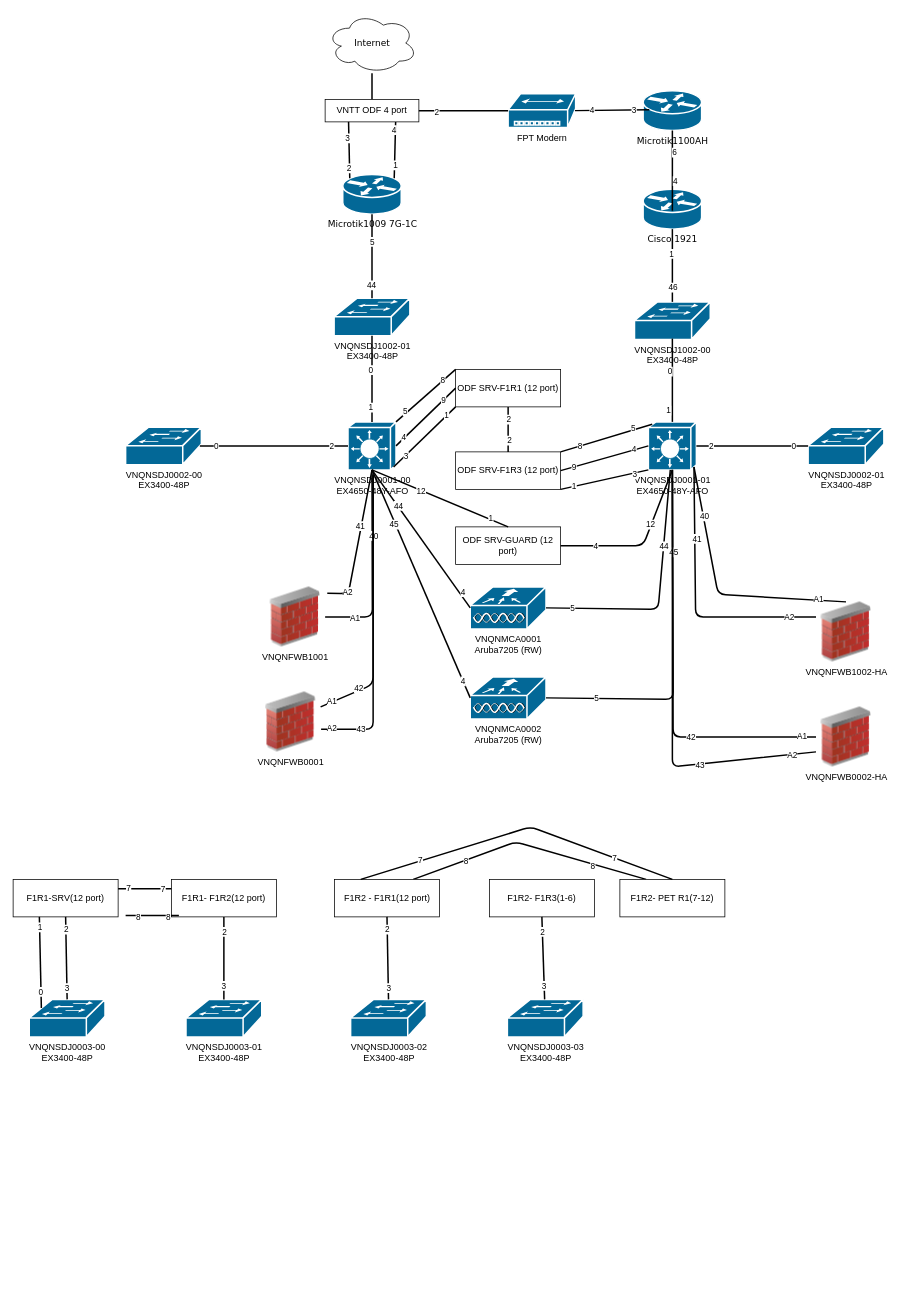
This is page "Rack Diagram" (2 of 2) of Untitled Diagram.drawio from zalai/demo, a draw.io file, before an edit. Source tidied: cells renumbered, new cells numbered last; positions are measured from the earlier drawing's top-left corner, leaving out a move shared by most shapes. Both pictures are drawn from the tidied source at 75%, with x=0, y=0 at pixel (13, 13).
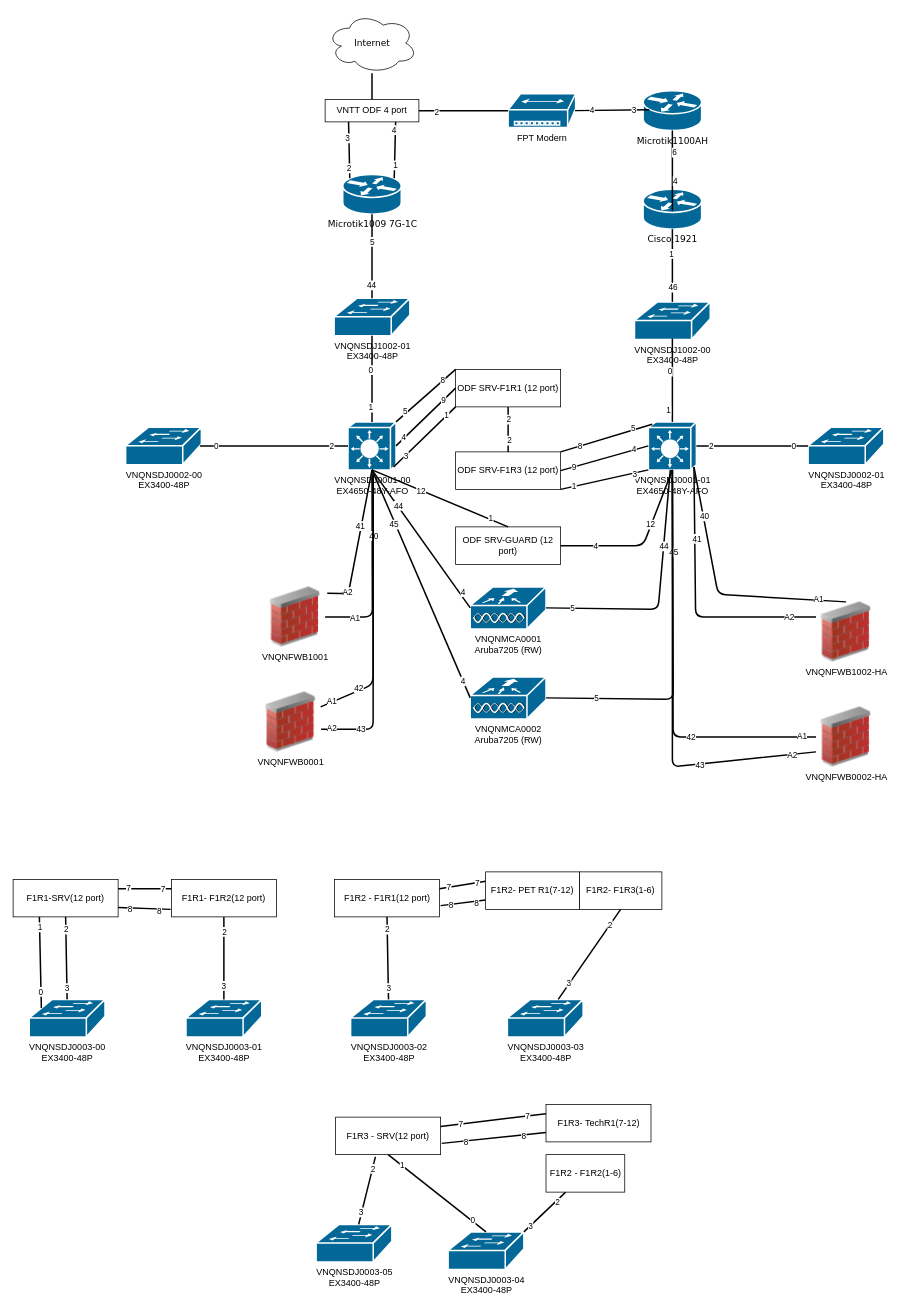
The same page after the edit.

Unchanged cells that the change refers to:
```xml
<mxCell id="122" value="F1R1-SRV(12 port)" style="rounded=0;whiteSpace=wrap;html=1;" parent="1" vertex="1">
  <mxGeometry y="1155" width="140" height="50" as="geometry" />
</mxCell>
<mxCell id="138" value="F1R2 - F1R1(12 port)" style="rounded=0;whiteSpace=wrap;html=1;" parent="1" vertex="1">
  <mxGeometry x="428.5" y="1155" width="140" height="50" as="geometry" />
</mxCell>
```

The edit, as a diff of the source:
```diff
@@
-    <mxCell id="116" style="edgeStyle=none;html=1;labelBackgroundColor=none;startFill=0;endArrow=none;endFill=0;strokeWidth=2;fontFamily=Verdana;fontSize=12;entryX=0.25;entryY=0;entryDx=0;entryDy=0;exitX=0.75;exitY=0;exitDx=0;exitDy=0;" parent="1" edge="1" source="138" target="148">
+    <mxCell id="116" style="edgeStyle=none;html=1;labelBackgroundColor=none;startFill=0;endArrow=none;endFill=0;strokeWidth=2;fontFamily=Verdana;fontSize=12;entryX=0;entryY=0.75;entryDx=0;entryDy=0;" parent="1" edge="1" target="148">
       <mxGeometry relative="1" as="geometry">
-        <Array as="points">
-          <mxPoint x="670" y="1105" />
-        </Array>
+        <mxPoint x="570" y="1190" as="sourcePoint" />
       </mxGeometry>
     </mxCell>
@@
-    <mxCell id="139" value="F1R2- F1R3(1-6)" style="rounded=0;whiteSpace=wrap;html=1;" parent="1" vertex="1">
-      <mxGeometry x="635" y="1155" width="140" height="50" as="geometry" />
-    </mxCell>
@@
-    <mxCell id="148" value="F1R2- PET R1(7-12)" style="rounded=0;whiteSpace=wrap;html=1;" parent="1" vertex="1">
-      <mxGeometry x="809" y="1155" width="140" height="50" as="geometry" />
-    </mxCell>
-    <mxCell id="149" style="edgeStyle=none;html=1;labelBackgroundColor=none;startFill=0;endArrow=none;endFill=0;strokeWidth=2;fontFamily=Verdana;fontSize=12;entryX=0;entryY=0.75;entryDx=0;entryDy=0;exitX=1;exitY=0.75;exitDx=0;exitDy=0;" parent="1" edge="1">
+    <mxCell id="149" style="edgeStyle=none;html=1;labelBackgroundColor=none;startFill=0;endArrow=none;endFill=0;strokeWidth=2;fontFamily=Verdana;fontSize=12;exitX=1;exitY=0.75;exitDx=0;exitDy=0;" parent="1" edge="1" source="122">
       <mxGeometry relative="1" as="geometry">
-        <mxPoint x="150" y="1203" as="sourcePoint" />
-        <mxPoint x="221" y="1203" as="targetPoint" />
+        <mxPoint x="210" y="1195" as="targetPoint" />
       </mxGeometry>
     </mxCell>
@@
-    <mxCell id="152" style="edgeStyle=none;html=1;labelBackgroundColor=none;startFill=0;endArrow=none;endFill=0;strokeWidth=2;fontFamily=Verdana;fontSize=12;entryX=0.5;entryY=0;entryDx=0;entryDy=0;exitX=0.25;exitY=0;exitDx=0;exitDy=0;" parent="1" edge="1" source="138" target="148">
-      <mxGeometry relative="1" as="geometry">
-        <Array as="points">
-          <mxPoint x="690" y="1085" />
-        </Array>
-      </mxGeometry>
+    <mxCell id="152" style="edgeStyle=none;html=1;labelBackgroundColor=none;startFill=0;endArrow=none;endFill=0;strokeWidth=2;fontFamily=Verdana;fontSize=12;entryX=0;entryY=0.25;entryDx=0;entryDy=0;exitX=1;exitY=0.25;exitDx=0;exitDy=0;" parent="1" edge="1" source="138" target="148">
+      <mxGeometry relative="1" as="geometry" />
     </mxCell>
@@
+    <mxCell id="155" style="edgeStyle=orthogonalEdgeStyle;rounded=0;orthogonalLoop=1;jettySize=auto;html=1;exitX=1;exitY=1;exitDx=0;exitDy=0;entryX=1;entryY=1;entryDx=0;entryDy=0;" parent="1" edge="1" source="138" target="138">
+      <mxGeometry relative="1" as="geometry" />
+    </mxCell>
+    <mxCell id="156" style="group;" parent="1" vertex="1">
+      <mxGeometry x="630" y="1145" width="235" height="50" as="geometry" />
+    </mxCell>
+    <mxCell id="139" value="F1R2- F1R3(1-6)" style="rounded=0;whiteSpace=wrap;html=1;" parent="156" vertex="1">
+      <mxGeometry x="125" width="110" height="50" as="geometry" />
+    </mxCell>
+    <mxCell id="148" value="F1R2- PET R1(7-12)" style="rounded=0;whiteSpace=wrap;html=1;" parent="156" vertex="1">
+      <mxGeometry width="125" height="50" as="geometry" />
+    </mxCell>
+    <mxCell id="157" style="edgeStyle=none;html=1;labelBackgroundColor=none;startFill=0;endArrow=none;endFill=0;strokeWidth=2;fontFamily=Verdana;fontSize=12;entryX=0;entryY=0.75;entryDx=0;entryDy=0;" parent="1" edge="1" target="176">
+      <mxGeometry relative="1" as="geometry">
+        <mxPoint x="571.5" y="1507" as="sourcePoint" />
+      </mxGeometry>
+    </mxCell>
+    <mxCell id="158" value="8" style="edgeLabel;html=1;align=center;verticalAlign=middle;" parent="157" vertex="1">
+      <mxGeometry x="-0.54" relative="1" as="geometry">
+        <mxPoint y="1" as="offset" />
+      </mxGeometry>
+    </mxCell>
+    <mxCell id="159" value="8" style="edgeLabel;html=1;align=center;verticalAlign=middle;" parent="157" vertex="1">
+      <mxGeometry x="0.54" y="-1" relative="1" as="geometry">
+        <mxPoint x="1" y="1" as="offset" />
+      </mxGeometry>
+    </mxCell>
+    <mxCell id="160" value="F1R3 - SRV(12 port)" style="rounded=0;whiteSpace=wrap;html=1;" parent="1" vertex="1">
+      <mxGeometry x="430" y="1472" width="140" height="50" as="geometry" />
+    </mxCell>
+    <mxCell id="161" value="VNQNSDJ0003-04&lt;br&gt;EX3400-48P" style="shape=mxgraph.cisco.switches.workgroup_switch;sketch=0;html=1;dashed=0;fillColor=#036897;strokeColor=#ffffff;strokeWidth=2;verticalLabelPosition=bottom;verticalAlign=top;align=center;outlineConnect=0;" parent="1" vertex="1">
+      <mxGeometry x="580" y="1625" width="101" height="50" as="geometry" />
+    </mxCell>
+    <mxCell id="162" value="VNQNSDJ0003-05&lt;br&gt;EX3400-48P" style="shape=mxgraph.cisco.switches.workgroup_switch;sketch=0;html=1;dashed=0;fillColor=#036897;strokeColor=#ffffff;strokeWidth=2;verticalLabelPosition=bottom;verticalAlign=top;align=center;outlineConnect=0;" parent="1" vertex="1">
+      <mxGeometry x="404" y="1615" width="101" height="50" as="geometry" />
+    </mxCell>
+    <mxCell id="163" style="edgeStyle=none;html=1;labelBackgroundColor=none;startFill=0;endArrow=none;endFill=0;strokeWidth=2;fontFamily=Verdana;fontSize=12;entryX=0.379;entryY=1.06;entryDx=0;entryDy=0;entryPerimeter=0;" parent="1" edge="1" source="162" target="160">
+      <mxGeometry relative="1" as="geometry" />
+    </mxCell>
+    <mxCell id="164" value="3" style="edgeLabel;html=1;align=center;verticalAlign=middle;" parent="163" vertex="1">
+      <mxGeometry x="-0.65" y="2" relative="1" as="geometry">
+        <mxPoint x="1" as="offset" />
+      </mxGeometry>
+    </mxCell>
+    <mxCell id="165" value="2" style="edgeLabel;html=1;align=center;verticalAlign=middle;" parent="163" vertex="1">
+      <mxGeometry x="0.65" y="1" relative="1" as="geometry">
+        <mxPoint x="1" as="offset" />
+      </mxGeometry>
+    </mxCell>
+    <mxCell id="166" style="edgeStyle=none;html=1;labelBackgroundColor=none;startFill=0;endArrow=none;endFill=0;strokeWidth=2;fontFamily=Verdana;fontSize=12;entryX=0.5;entryY=1;entryDx=0;entryDy=0;exitX=0.5;exitY=0;exitDx=0;exitDy=0;exitPerimeter=0;" parent="1" edge="1" source="161" target="160">
+      <mxGeometry relative="1" as="geometry" />
+    </mxCell>
+    <mxCell id="167" value="0" style="edgeLabel;html=1;align=center;verticalAlign=middle;" parent="166" vertex="1">
+      <mxGeometry x="-0.71" y="-1" relative="1" as="geometry" />
+    </mxCell>
+    <mxCell id="168" value="1" style="edgeLabel;html=1;align=center;verticalAlign=middle;" parent="166" vertex="1">
+      <mxGeometry x="0.73" y="-1" relative="1" as="geometry" />
+    </mxCell>
+    <mxCell id="169" style="edgeStyle=none;html=1;labelBackgroundColor=none;startFill=0;endArrow=none;endFill=0;strokeWidth=2;fontFamily=Verdana;fontSize=12;exitX=1;exitY=0.25;exitDx=0;exitDy=0;entryX=0;entryY=0.25;entryDx=0;entryDy=0;" parent="1" edge="1" source="160" target="176">
+      <mxGeometry relative="1" as="geometry" />
+    </mxCell>
+    <mxCell id="170" value="7" style="edgeLabel;html=1;align=center;verticalAlign=middle;" parent="169" vertex="1">
+      <mxGeometry x="-0.62" y="2" relative="1" as="geometry">
+        <mxPoint y="1" as="offset" />
+      </mxGeometry>
+    </mxCell>
+    <mxCell id="171" value="7" style="edgeLabel;html=1;align=center;verticalAlign=middle;" parent="169" vertex="1">
+      <mxGeometry x="0.62" y="1" relative="1" as="geometry">
+        <mxPoint x="1" y="1" as="offset" />
+      </mxGeometry>
+    </mxCell>
+    <mxCell id="172" style="edgeStyle=orthogonalEdgeStyle;rounded=0;orthogonalLoop=1;jettySize=auto;html=1;exitX=1;exitY=1;exitDx=0;exitDy=0;entryX=1;entryY=1;entryDx=0;entryDy=0;" parent="1" edge="1" source="160" target="160">
+      <mxGeometry relative="1" as="geometry" />
+    </mxCell>
+    <mxCell id="173" style="edgeStyle=none;html=1;labelBackgroundColor=none;startFill=0;endArrow=none;endFill=0;strokeWidth=2;fontFamily=Verdana;fontSize=12;exitX=1;exitY=0;exitDx=0;exitDy=0;exitPerimeter=0;entryX=0.25;entryY=1;entryDx=0;entryDy=0;" parent="1" edge="1" source="161" target="177">
+      <mxGeometry relative="1" as="geometry" />
+    </mxCell>
+    <mxCell id="174" value="3" style="edgeLabel;html=1;align=center;verticalAlign=middle;" parent="173" vertex="1">
+      <mxGeometry x="-0.69" relative="1" as="geometry" />
+    </mxCell>
+    <mxCell id="175" value="2" style="edgeLabel;html=1;align=center;verticalAlign=middle;" parent="173" vertex="1">
+      <mxGeometry x="0.54" y="-2" relative="1" as="geometry" />
+    </mxCell>
+    <mxCell id="176" value="F1R3- TechR1(7-12)" style="rounded=0;whiteSpace=wrap;html=1;" parent="1" vertex="1">
+      <mxGeometry x="710.5" y="1455" width="140" height="50" as="geometry" />
+    </mxCell>
+    <mxCell id="177" value="F1R2 - F1R2(1-6)" style="rounded=0;whiteSpace=wrap;html=1;" parent="1" vertex="1">
+      <mxGeometry x="710.5" y="1522" width="105" height="50" as="geometry" />
+    </mxCell>
```
